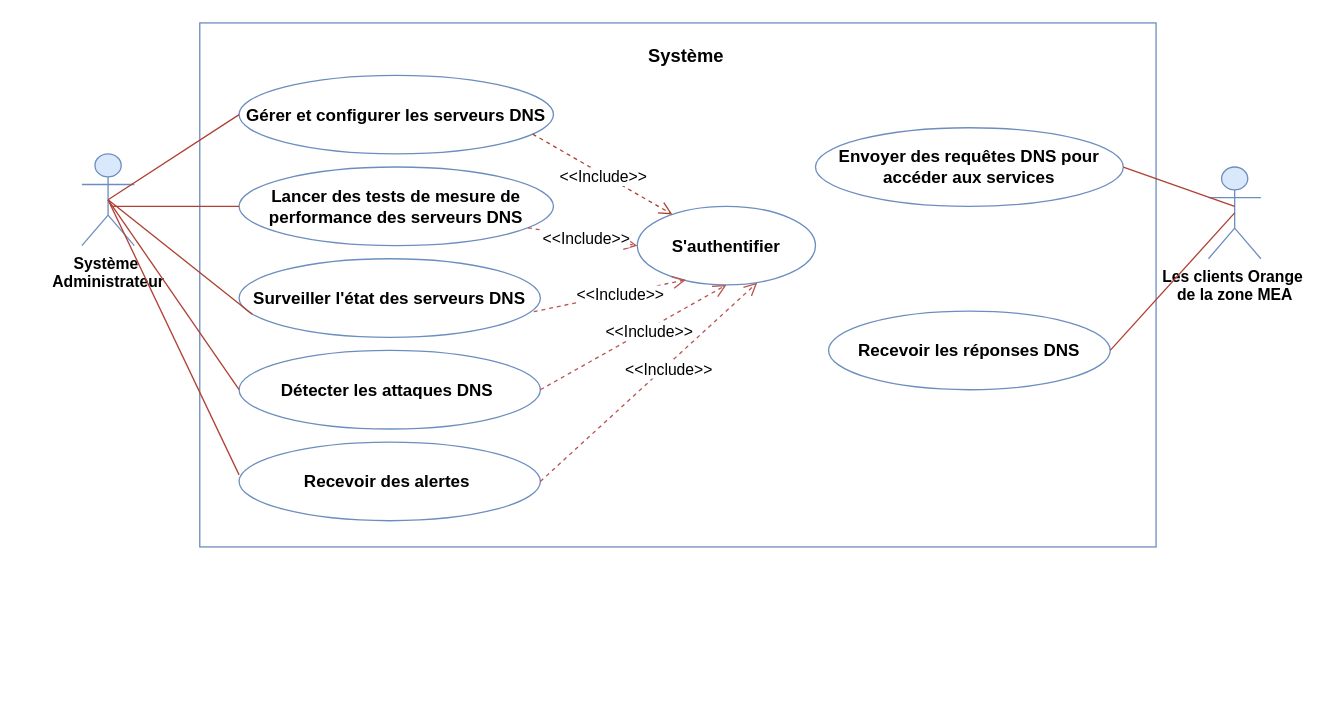
The draw.io diagram GlobalUseCase.drawio in eya-harbaoui/Diagramms, before the edit. Source tidied: cells renumbered, new cells numbered last; positions are measured from the earlier drawing's top-left corner, leaving out a move shared by most shapes. Both pictures are drawn from the tidied source at 131%, with x=0, y=0 at pixel (81, 22).
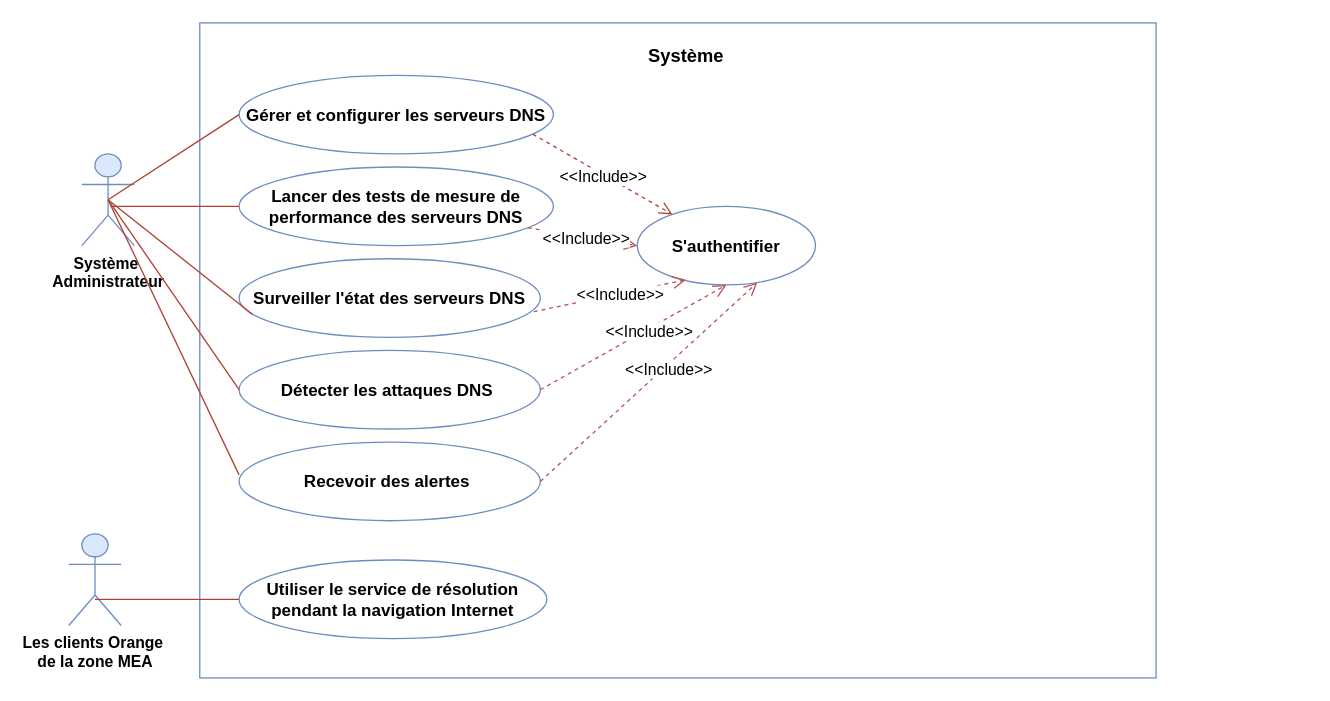
The same diagram, later.

Commit message:
Mettre à jour GlobalUseCase.drawio

The edit, as a diff of the source:
```diff
@@
     <mxCell id="2" value="Les clients Orange&amp;nbsp;&lt;div&gt;de la zone MEA&lt;/div&gt;" style="shape=umlActor;verticalLabelPosition=bottom;verticalAlign=top;html=1;outlineConnect=0;fontStyle=1;fillColor=#dae8fc;strokeColor=#6c8ebf;" parent="1" vertex="1">
-      <mxGeometry x="860" y="110" width="40" height="70" as="geometry" />
+      <mxGeometry x="-10" y="390" width="40" height="70" as="geometry" />
     </mxCell>
     <mxCell id="3" style="rounded=0;whiteSpace=wrap;html=1;strokeColor=#6C8EBF;" parent="1" vertex="1">
-      <mxGeometry x="90" width="730" height="400" as="geometry" />
+      <mxGeometry x="90" width="730" height="500" as="geometry" />
     </mxCell>
@@
-    <mxCell id="11" value="&lt;b&gt;&lt;font style=&quot;font-size: 13px;&quot;&gt;Envoyer des requêtes DNS pour accéder aux services&lt;/font&gt;&lt;/b&gt;" style="ellipse;whiteSpace=wrap;html=1;strokeColor=#6C8EBF;" parent="1" vertex="1">
-      <mxGeometry x="560" y="80" width="235" height="60" as="geometry" />
+    <mxCell id="11" value="&lt;b&gt;&lt;font style=&quot;font-size: 13px;&quot;&gt;Utiliser le service de résolution pendant la navigation Internet&lt;/font&gt;&lt;/b&gt;" style="ellipse;whiteSpace=wrap;html=1;strokeColor=#6C8EBF;" parent="1" vertex="1">
+      <mxGeometry x="120" y="410" width="235" height="60" as="geometry" />
     </mxCell>
-    <mxCell id="12" value="&lt;b&gt;&lt;font style=&quot;font-size: 13px;&quot;&gt;Recevoir les réponses DNS&lt;/font&gt;&lt;/b&gt;" style="ellipse;whiteSpace=wrap;html=1;strokeColor=#6C8EBF;" parent="1" vertex="1">
-      <mxGeometry x="570" y="220" width="215" height="60" as="geometry" />
-    </mxCell>
@@
-    <mxCell id="24" style="endArrow=none;html=1;rounded=0;exitX=1;exitY=0.5;exitDx=0;exitDy=0;fillColor=#fad9d5;strokeColor=#ae4132;" parent="1" edge="1" source="11">
+    <mxCell id="24" style="endArrow=none;html=1;rounded=0;exitX=1;exitY=0.5;exitDx=0;exitDy=0;fillColor=#fad9d5;strokeColor=#ae4132;" parent="1" edge="1">
       <mxGeometry relative="1" as="geometry">
-        <mxPoint x="880" y="140" as="targetPoint" />
+        <mxPoint x="10" y="440" as="sourcePoint" />
+        <mxPoint x="120" y="440" as="targetPoint" />
       </mxGeometry>
     </mxCell>
-    <mxCell id="25" style="endArrow=none;html=1;rounded=0;exitX=1;exitY=0.5;exitDx=0;exitDy=0;entryX=0.5;entryY=0.5;entryDx=0;entryDy=0;entryPerimeter=0;fillColor=#fad9d5;strokeColor=#ae4132;" parent="1" edge="1" source="12" target="2">
-      <mxGeometry relative="1" as="geometry" />
-    </mxCell>
```
